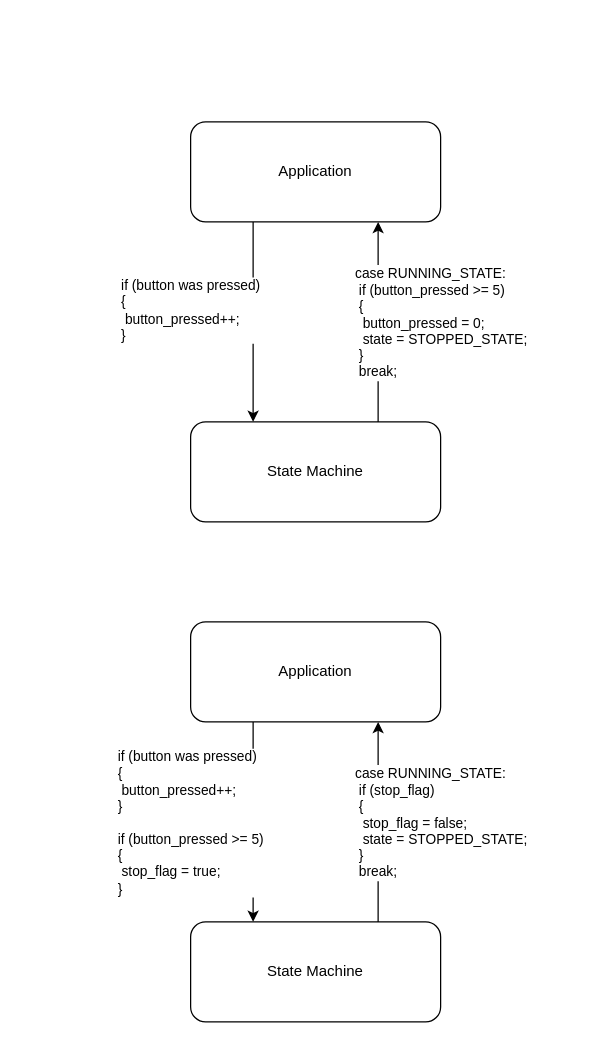
The draw.io diagram page "event_driven_paradigm_polling_state_machine" (9 of 17) of doc/images/fsm/fsm.drawio in ress059/ecu, before the edit. Source tidied: cells renumbered, new cells numbered last; positions are measured from the earlier drawing's top-left corner, leaving out a move shared by most shapes. Both pictures are drawn from the tidied source at 125%, with x=0, y=0 at pixel (190, 121).
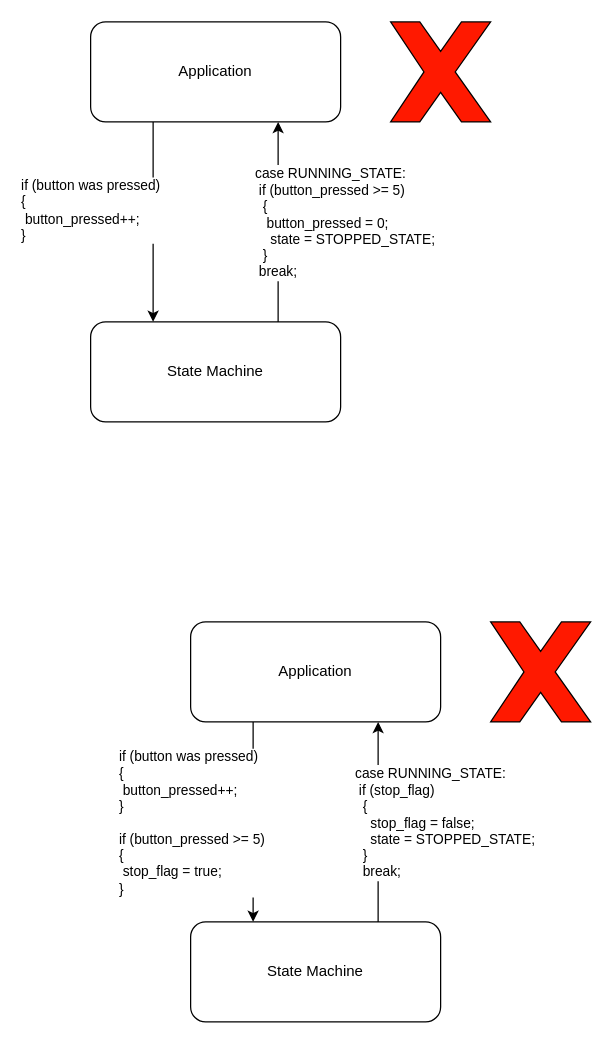
The same page after the edit.

What changed in the source:
```diff
@@
 <mxGraphModel>
   <root>
     <mxCell id="0" />
     <mxCell id="1" parent="0" />
     <mxCell id="2" style="edgeStyle=orthogonalEdgeStyle;rounded=0;jettySize=auto;html=1;entryX=0.75;entryY=1;entryDx=0;entryDy=0;exitX=0.75;exitY=0;exitDx=0;exitDy=0;" parent="1" edge="1" source="4" target="7">
       <mxGeometry relative="1" as="geometry" />
     </mxCell>
-    <mxCell id="3" value="case RUNNING_STATE:&lt;br&gt;&lt;span style=&quot;white-space: pre;&quot;&gt; &lt;/span&gt;if (button_pressed &amp;gt;= 5)&lt;br&gt;&lt;span style=&quot;white-space: pre;&quot;&gt; &lt;/span&gt;{&lt;br&gt;&lt;span style=&quot;white-space: pre;&quot;&gt; &lt;/span&gt;&lt;span style=&quot;white-space: pre;&quot;&gt; &lt;/span&gt;button_pressed = 0;&lt;br&gt;&lt;span style=&quot;white-space: pre;&quot;&gt; &lt;/span&gt;&lt;span style=&quot;white-space: pre;&quot;&gt; &lt;/span&gt;state = STOPPED_STATE;&lt;br&gt;&lt;span style=&quot;white-space: pre;&quot;&gt; &lt;/span&gt;}&lt;br&gt;&lt;span style=&quot;white-space: pre;&quot;&gt; &lt;/span&gt;break;" style="edgeLabel;html=1;align=left;verticalAlign=middle;" parent="2" vertex="1">
+    <mxCell id="3" value="case RUNNING_STATE:&lt;br&gt;&lt;span style=&quot;white-space: pre;&quot;&gt; &lt;/span&gt;if (button_pressed &amp;gt;= 5)&lt;br&gt;&lt;span style=&quot;white-space: pre;&quot;&gt; &lt;span style=&quot;white-space: pre;&quot;&gt; &lt;/span&gt;&lt;/span&gt;{&lt;br&gt;&lt;span style=&quot;white-space: pre;&quot;&gt; &lt;span style=&quot;white-space: pre;&quot;&gt; &lt;span style=&quot;white-space: pre;&quot;&gt; &lt;/span&gt;&lt;/span&gt;&lt;/span&gt;button_pressed = 0;&lt;br&gt;&lt;span style=&quot;white-space: pre;&quot;&gt; &lt;/span&gt;&lt;span style=&quot;white-space: pre;&quot;&gt; &lt;span style=&quot;white-space: pre;&quot;&gt; &lt;span style=&quot;white-space: pre;&quot;&gt; &lt;/span&gt;&lt;/span&gt;&lt;/span&gt;state = STOPPED_STATE;&lt;br&gt;&lt;span style=&quot;white-space: pre;&quot;&gt; &lt;span style=&quot;white-space: pre;&quot;&gt; &lt;/span&gt;&lt;/span&gt;}&lt;br&gt;&lt;span style=&quot;white-space: pre;&quot;&gt;&lt;span style=&quot;white-space: pre;&quot;&gt; &lt;/span&gt;&lt;/span&gt;break;" style="edgeLabel;html=1;align=left;verticalAlign=middle;" parent="2" vertex="1">
       <mxGeometry x="0.28" y="1" relative="1" as="geometry">
         <mxPoint x="-19" y="22" as="offset" />
       </mxGeometry>
     </mxCell>
     <mxCell id="4" value="State Machine" style="rounded=1;whiteSpace=wrap;html=1;" parent="1" vertex="1">
-      <mxGeometry y="240" width="200" height="80" as="geometry" />
+      <mxGeometry x="-80" y="160" width="200" height="80" as="geometry" />
     </mxCell>
     <mxCell id="5" style="edgeStyle=orthogonalEdgeStyle;rounded=0;jettySize=auto;html=1;entryX=0.25;entryY=0;entryDx=0;entryDy=0;exitX=0.25;exitY=1;exitDx=0;exitDy=0;" parent="1" edge="1" source="7" target="4">
       <mxGeometry relative="1" as="geometry" />
     </mxCell>
     <mxCell id="6" value="&lt;div style=&quot;text-align: left;&quot;&gt;if (button was pressed)&lt;/div&gt;&lt;div style=&quot;text-align: left;&quot;&gt;{&lt;/div&gt;&lt;div style=&quot;text-align: left;&quot;&gt;&lt;span style=&quot;white-space: pre;&quot;&gt; &lt;/span&gt;button_pressed++;&lt;br&gt;&lt;/div&gt;&lt;div style=&quot;text-align: left;&quot;&gt;}&lt;/div&gt;" style="edgeLabel;html=1;align=center;verticalAlign=middle;" parent="5" vertex="1">
       <mxGeometry x="0.33" y="-2" relative="1" as="geometry">
         <mxPoint x="-48" y="-36" as="offset" />
       </mxGeometry>
     </mxCell>
     <mxCell id="7" value="Application" style="rounded=1;whiteSpace=wrap;html=1;" parent="1" vertex="1">
-      <mxGeometry width="200" height="80" as="geometry" />
+      <mxGeometry x="-80" y="-80" width="200" height="80" as="geometry" />
     </mxCell>
     <mxCell id="8" style="edgeStyle=orthogonalEdgeStyle;rounded=0;jettySize=auto;html=1;entryX=0.75;entryY=1;entryDx=0;entryDy=0;exitX=0.75;exitY=0;exitDx=0;exitDy=0;" parent="1" edge="1" source="10" target="13">
       <mxGeometry relative="1" as="geometry" />
     </mxCell>
-    <mxCell id="9" value="case RUNNING_STATE:&lt;br&gt;&lt;span style=&quot;white-space: pre;&quot;&gt; &lt;/span&gt;if (stop_flag)&lt;br&gt;&lt;span style=&quot;white-space: pre;&quot;&gt; &lt;/span&gt;{&lt;br&gt;&lt;span style=&quot;white-space: pre;&quot;&gt; &lt;/span&gt;&lt;span style=&quot;white-space: pre;&quot;&gt; &lt;/span&gt;stop_flag&amp;nbsp;= false;&lt;br&gt;&lt;span style=&quot;white-space: pre;&quot;&gt; &lt;/span&gt;&lt;span style=&quot;white-space: pre;&quot;&gt; &lt;/span&gt;state = STOPPED_STATE;&lt;br&gt;&lt;span style=&quot;white-space: pre;&quot;&gt; &lt;/span&gt;}&lt;br&gt;&lt;span style=&quot;white-space: pre;&quot;&gt; &lt;/span&gt;break;" style="edgeLabel;html=1;align=left;verticalAlign=middle;" parent="8" vertex="1">
+    <mxCell id="9" value="case RUNNING_STATE:&lt;br&gt;&lt;span style=&quot;white-space: pre;&quot;&gt; &lt;/span&gt;if (stop_flag)&lt;br&gt;&lt;span style=&quot;white-space: pre;&quot;&gt; &lt;span style=&quot;white-space: pre;&quot;&gt; &lt;/span&gt;&lt;/span&gt;{&lt;br&gt;&lt;span style=&quot;white-space: pre;&quot;&gt; &lt;/span&gt;&lt;span style=&quot;white-space: pre;&quot;&gt; &lt;span style=&quot;white-space: pre;&quot;&gt; &lt;/span&gt;&lt;span style=&quot;white-space: pre;&quot;&gt; &lt;/span&gt;&lt;/span&gt;stop_flag&amp;nbsp;= false;&lt;br&gt;&lt;span style=&quot;white-space: pre;&quot;&gt; &lt;/span&gt;&lt;span style=&quot;white-space: pre;&quot;&gt; &lt;span style=&quot;white-space: pre;&quot;&gt; &lt;/span&gt;&lt;span style=&quot;white-space: pre;&quot;&gt; &lt;/span&gt;&lt;/span&gt;state = STOPPED_STATE;&lt;br&gt;&lt;span style=&quot;white-space: pre;&quot;&gt; &lt;span style=&quot;white-space: pre;&quot;&gt; &lt;/span&gt;&lt;/span&gt;}&lt;br&gt;&lt;span style=&quot;white-space: pre;&quot;&gt; &lt;span style=&quot;white-space: pre;&quot;&gt; &lt;/span&gt;&lt;/span&gt;break;" style="edgeLabel;html=1;align=left;verticalAlign=middle;" parent="8" vertex="1">
       <mxGeometry x="0.28" y="1" relative="1" as="geometry">
         <mxPoint x="-19" y="22" as="offset" />
       </mxGeometry>
     </mxCell>
     <mxCell id="10" value="State Machine" style="rounded=1;whiteSpace=wrap;html=1;" parent="1" vertex="1">
       <mxGeometry y="640" width="200" height="80" as="geometry" />
     </mxCell>
     <mxCell id="11" style="edgeStyle=orthogonalEdgeStyle;rounded=0;jettySize=auto;html=1;entryX=0.25;entryY=0;entryDx=0;entryDy=0;exitX=0.25;exitY=1;exitDx=0;exitDy=0;" parent="1" edge="1" source="13" target="10">
       <mxGeometry relative="1" as="geometry" />
     </mxCell>
     <mxCell id="12" value="&lt;div style=&quot;text-align: left;&quot;&gt;if (button was pressed)&lt;/div&gt;&lt;div style=&quot;text-align: left;&quot;&gt;{&lt;/div&gt;&lt;div style=&quot;text-align: left;&quot;&gt;&lt;span style=&quot;white-space: pre;&quot;&gt; &lt;/span&gt;button_pressed++;&lt;br&gt;&lt;/div&gt;&lt;div style=&quot;text-align: left;&quot;&gt;}&lt;/div&gt;&lt;div style=&quot;text-align: left;&quot;&gt;&lt;br&gt;&lt;/div&gt;&lt;div style=&quot;text-align: left;&quot;&gt;if (button_pressed &amp;gt;= 5)&lt;/div&gt;&lt;div style=&quot;text-align: left;&quot;&gt;{&lt;/div&gt;&lt;div style=&quot;text-align: left;&quot;&gt;&lt;span style=&quot;white-space: pre;&quot;&gt; &lt;/span&gt;stop_flag = true;&lt;br&gt;&lt;/div&gt;&lt;div style=&quot;text-align: left;&quot;&gt;}&lt;/div&gt;" style="edgeLabel;html=1;align=center;verticalAlign=middle;" parent="11" vertex="1">
       <mxGeometry x="0.33" y="-2" relative="1" as="geometry">
         <mxPoint x="-48" y="-26" as="offset" />
       </mxGeometry>
     </mxCell>
     <mxCell id="13" value="Application" style="rounded=1;whiteSpace=wrap;html=1;" parent="1" vertex="1">
       <mxGeometry y="400" width="200" height="80" as="geometry" />
     </mxCell>
+    <mxCell id="14" style="verticalLabelPosition=bottom;verticalAlign=top;html=1;shape=mxgraph.basic.x;fillColor=#FF1900;" parent="1" vertex="1">
+      <mxGeometry x="160" y="-80" width="80" height="80" as="geometry" />
+    </mxCell>
+    <mxCell id="15" style="verticalLabelPosition=bottom;verticalAlign=top;html=1;shape=mxgraph.basic.x;fillColor=#FF1900;" parent="1" vertex="1">
+      <mxGeometry x="240" y="400" width="80" height="80" as="geometry" />
+    </mxCell>
   </root>
 </mxGraphModel>
```
